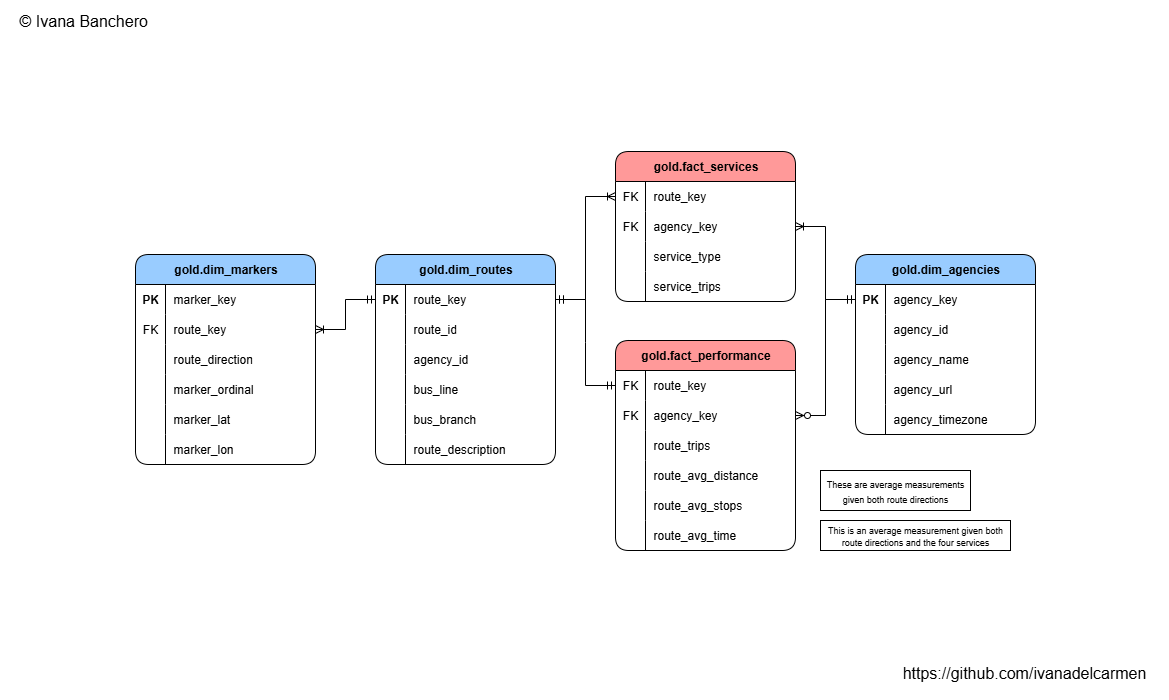
The draw.io diagram docs/data_model.png in ivanadelcarmen/bus-gtfs-warehouse, before a commit. Source tidied: cells renumbered, new cells last; positions are measured from the earlier drawing's top-left corner, leaving out a move shared by most shapes.
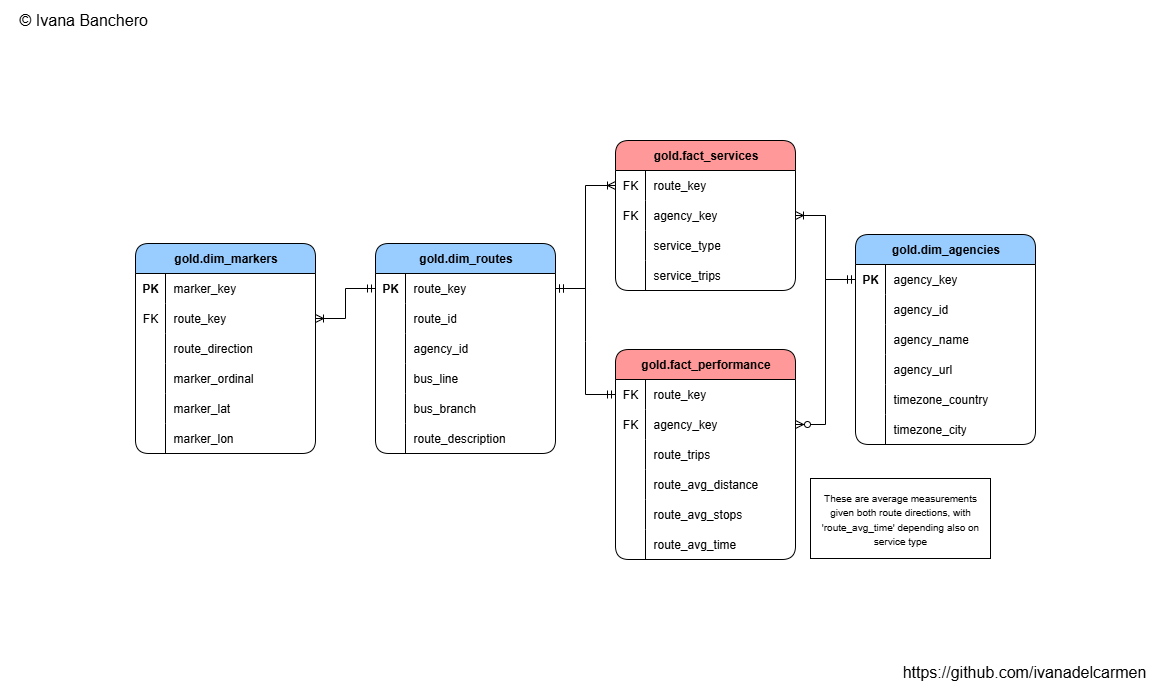
After the commit.

Commit message:
Update data model and catalog to include new 'agency' DDL attributes

What changed in the source:
```diff
@@ -3,7 +3,7 @@
     <mxCell id="0" />
     <mxCell id="1" parent="0" />
     <mxCell id="2" value="&lt;span&gt;gold.fact_performance&lt;/span&gt;" style="shape=table;startSize=30;rowLines=0;fontStyle=1;align=center;html=1;rounded=1;gradientColor=none;fillColor=#FF9999;" parent="1" vertex="1">
-      <mxGeometry x="599" y="335" width="180" height="210" as="geometry" />
+      <mxGeometry x="599" y="345" width="180" height="210" as="geometry" />
     </mxCell>
     <mxCell id="3" style="shape=tableRow;horizontal=0;startSize=0;swimlaneHead=0;swimlaneBody=0;fillColor=none;points=[[0,0.5],[1,0.5]];portConstraint=eastwest;top=0;left=0;right=0;bottom=0;" parent="2" vertex="1">
       <mxGeometry y="30" width="180" height="30" as="geometry" />
@@ -60,7 +60,7 @@
       <mxGeometry x="30" width="150" height="30" as="geometry" />
     </mxCell>
     <mxCell id="21" value="gold.dim_agencies" style="shape=table;startSize=30;rowLines=0;fontStyle=1;align=center;html=1;rounded=1;fillColor=#99CCFF;" parent="1" vertex="1">
-      <mxGeometry x="839" y="249" width="180" height="180" as="geometry" />
+      <mxGeometry x="839" y="230" width="180" height="210" as="geometry" />
     </mxCell>
     <mxCell id="22" style="shape=tableRow;horizontal=0;startSize=0;swimlaneHead=0;swimlaneBody=0;fillColor=none;points=[[0,0.5],[1,0.5]];portConstraint=eastwest;top=0;left=0;right=0;bottom=0;" parent="21" vertex="1">
       <mxGeometry y="30" width="180" height="30" as="geometry" />
@@ -104,11 +104,20 @@
     <mxCell id="35" style="shape=partialRectangle;fillColor=none;top=0;left=0;bottom=0;right=0;overflow=hidden;whiteSpace=wrap;html=1;" parent="34" vertex="1">
       <mxGeometry width="30" height="30" as="geometry" />
     </mxCell>
-    <mxCell id="36" value="agency_timezone" style="shape=partialRectangle;fillColor=none;top=0;left=0;bottom=0;right=0;align=left;spacingLeft=6;overflow=hidden;whiteSpace=wrap;html=1;" parent="34" vertex="1">
+    <mxCell id="36" value="timezone_country" style="shape=partialRectangle;fillColor=none;top=0;left=0;bottom=0;right=0;align=left;spacingLeft=6;overflow=hidden;whiteSpace=wrap;html=1;" parent="34" vertex="1">
       <mxGeometry x="30" width="150" height="30" as="geometry" />
     </mxCell>
+    <mxCell id="97" style="shape=tableRow;horizontal=0;startSize=0;swimlaneHead=0;swimlaneBody=0;fillColor=none;top=0;left=0;right=0;bottom=0;" parent="21" vertex="1">
+      <mxGeometry y="180" width="180" height="30" as="geometry" />
+    </mxCell>
+    <mxCell id="98" style="shape=partialRectangle;fillColor=none;top=0;left=0;bottom=0;right=0;overflow=hidden;whiteSpace=wrap;html=1;" parent="97" vertex="1">
+      <mxGeometry width="30" height="30" as="geometry" />
+    </mxCell>
+    <mxCell id="99" value="timezone_city" style="shape=partialRectangle;fillColor=none;top=0;left=0;bottom=0;right=0;align=left;spacingLeft=6;overflow=hidden;whiteSpace=wrap;html=1;" parent="97" vertex="1">
+      <mxGeometry x="30" width="150" height="30" as="geometry" />
+    </mxCell>
     <mxCell id="37" value="gold.dim_markers" style="shape=table;startSize=30;rowLines=0;fontStyle=1;align=center;html=1;rounded=1;fillColor=#99CCFF;" parent="1" vertex="1">
-      <mxGeometry x="119" y="249" width="180" height="210" as="geometry" />
+      <mxGeometry x="119" y="239" width="180" height="210" as="geometry" />
     </mxCell>
     <mxCell id="38" style="shape=tableRow;horizontal=0;startSize=0;swimlaneHead=0;swimlaneBody=0;fillColor=none;top=0;left=0;right=0;bottom=0;" parent="37" vertex="1">
       <mxGeometry y="30" width="180" height="30" as="geometry" />
@@ -164,11 +173,11 @@
     <mxCell id="55" value="marker_lon" style="shape=partialRectangle;fillColor=none;top=0;left=0;bottom=0;right=0;align=left;spacingLeft=6;overflow=hidden;whiteSpace=wrap;html=1;" parent="53" vertex="1">
       <mxGeometry x="30" width="150" height="30" as="geometry" />
     </mxCell>
-    <mxCell id="56" value="&lt;font style=&quot;font-size: 9px;&quot;&gt;These are average measurements given both route directions&lt;/font&gt;" style="rounded=0;whiteSpace=wrap;html=1;" parent="1" vertex="1">
-      <mxGeometry x="804" y="465" width="150" height="40" as="geometry" />
+    <mxCell id="56" value="&lt;font style=&quot;font-size: 10px;&quot;&gt;These are average measurements given both route directions, with 'route_avg_time' depending also on service type&lt;/font&gt;" style="rounded=0;whiteSpace=wrap;html=1;" parent="1" vertex="1">
+      <mxGeometry x="794" y="474" width="180" height="80" as="geometry" />
     </mxCell>
     <mxCell id="57" value="gold.dim_routes" style="shape=table;startSize=30;rowLines=0;fontStyle=1;align=center;html=1;rounded=1;fillColor=#99CCFF;" parent="1" vertex="1">
-      <mxGeometry x="359" y="249" width="180" height="210" as="geometry" />
+      <mxGeometry x="359" y="239" width="180" height="210" as="geometry" />
     </mxCell>
     <mxCell id="58" style="shape=tableRow;horizontal=0;startSize=0;swimlaneHead=0;swimlaneBody=0;fillColor=none;points=[[0,0.5],[1,0.5]];portConstraint=eastwest;top=0;left=0;right=0;bottom=0;" parent="57" vertex="1">
       <mxGeometry y="30" width="180" height="30" as="geometry" />
@@ -231,7 +240,7 @@
       <mxGeometry relative="1" as="geometry" />
     </mxCell>
     <mxCell id="78" value="&lt;span&gt;gold.fact_services&lt;/span&gt;" style="shape=table;startSize=30;rowLines=0;fontStyle=1;align=center;html=1;rounded=1;gradientColor=none;fillColor=#FF9999;" parent="1" vertex="1">
-      <mxGeometry x="599" y="146" width="180" height="150" as="geometry" />
+      <mxGeometry x="599" y="136" width="180" height="150" as="geometry" />
     </mxCell>
     <mxCell id="79" style="shape=tableRow;horizontal=0;startSize=0;swimlaneHead=0;swimlaneBody=0;fillColor=none;points=[[0,0.5],[1,0.5]];portConstraint=eastwest;top=0;left=0;right=0;bottom=0;" parent="78" vertex="1">
       <mxGeometry y="30" width="180" height="30" as="geometry" />
@@ -284,8 +293,5 @@
     <mxCell id="95" value="&lt;span style=&quot;text-wrap-mode: nowrap;&quot;&gt;https://github.com/ivanadelcarmen&lt;/span&gt;" style="text;html=1;align=center;verticalAlign=middle;whiteSpace=wrap;rounded=0;fontSize=16;" parent="1" vertex="1">
       <mxGeometry x="943" y="652" width="130" height="30" as="geometry" />
     </mxCell>
-    <mxCell id="96" value="&lt;font style=&quot;font-size: 9px;&quot;&gt;This is an average measurement given both route directions and the four services&lt;/font&gt;" style="rounded=0;whiteSpace=wrap;html=1;fontSize=10;" parent="1" vertex="1">
-      <mxGeometry x="804" y="515" width="190" height="30" as="geometry" />
-    </mxCell>
   </root>
 </mxGraphModel>
```
